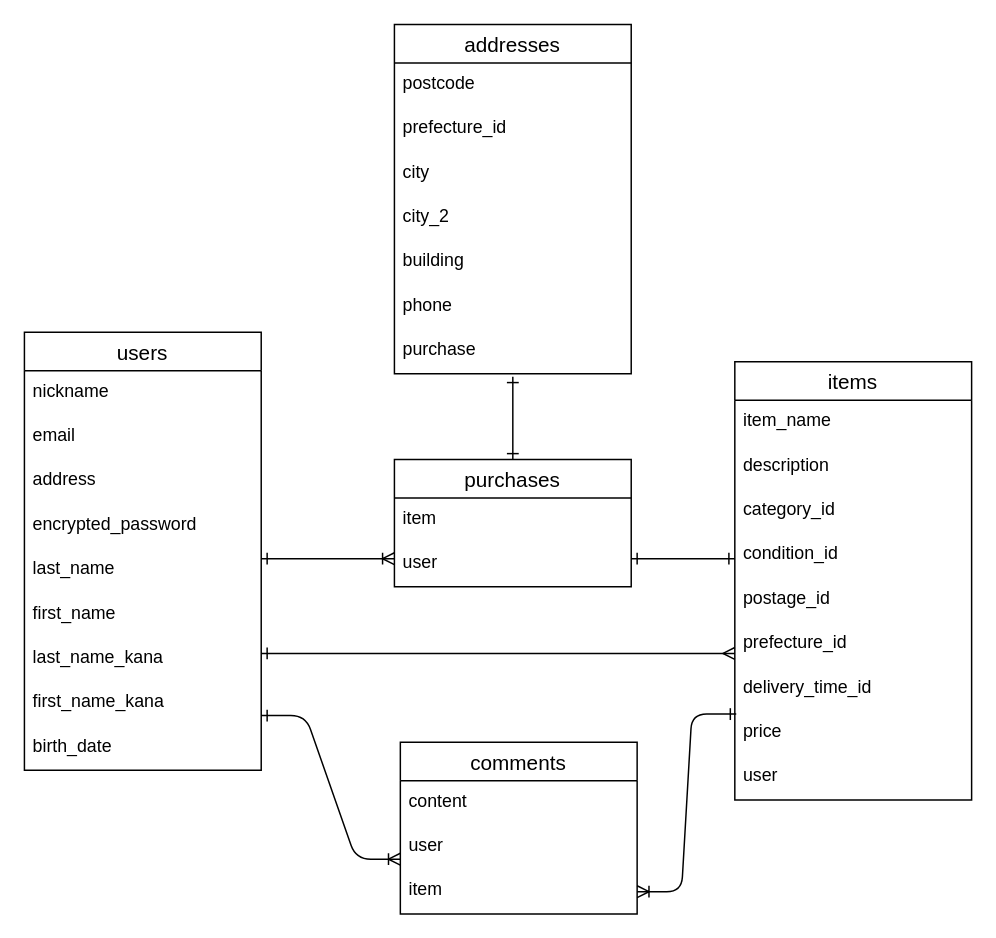
KayTsujita/furima-39062 keeps this draw.io diagram as furima.dio. Above is the earlier version. Source tidied: cells renumbered, new cells numbered last; positions are measured from the earlier drawing's top-left corner, leaving out a move shared by most shapes. Both pictures are drawn from the tidied source at 148%, with x=0, y=0 at pixel (24, 24).
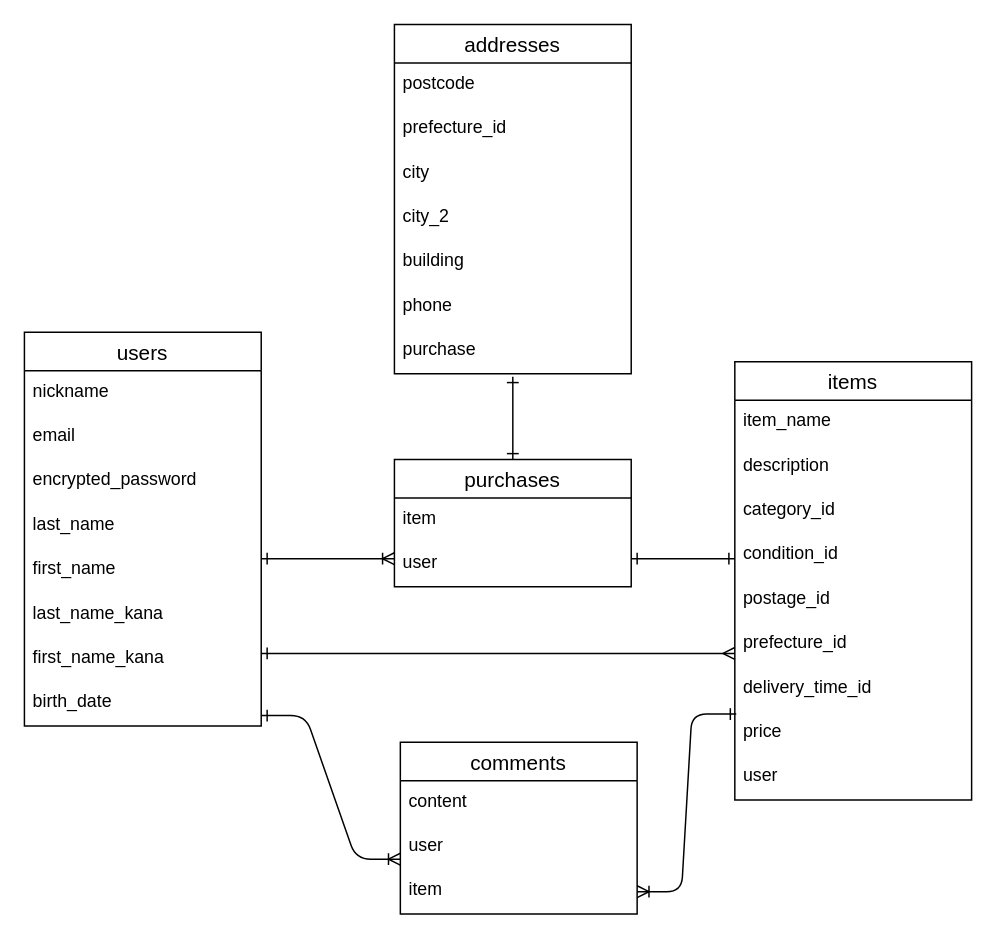
Above is the later version.

Diff of the diagram source:
```diff
@@
     <mxCell id="2" value="users" style="swimlane;fontStyle=0;horizontal=1;startSize=26;align=center;fontSize=14;" parent="1" vertex="1">
-      <mxGeometry y="208" width="160" height="296" as="geometry" />
+      <mxGeometry y="208" width="160" height="266" as="geometry" />
     </mxCell>
@@
-    <mxCell id="5" value="address" style="text;strokeColor=none;fillColor=none;spacingLeft=4;spacingRight=4;overflow=hidden;fontSize=12;" parent="2" vertex="1">
-      <mxGeometry y="86" width="160" height="30" as="geometry" />
-    </mxCell>
     <mxCell id="6" value="encrypted_password" style="text;strokeColor=none;fillColor=none;spacingLeft=4;spacingRight=4;overflow=hidden;fontSize=12;" parent="2" vertex="1">
-      <mxGeometry y="116" width="160" height="30" as="geometry" />
+      <mxGeometry y="86" width="160" height="30" as="geometry" />
     </mxCell>
     <mxCell id="7" value="last_name" style="text;strokeColor=none;fillColor=none;spacingLeft=4;spacingRight=4;overflow=hidden;fontSize=12;" parent="2" vertex="1">
-      <mxGeometry y="146" width="160" height="30" as="geometry" />
+      <mxGeometry y="116" width="160" height="30" as="geometry" />
     </mxCell>
     <mxCell id="8" value="first_name" style="text;strokeColor=none;fillColor=none;spacingLeft=4;spacingRight=4;overflow=hidden;fontSize=12;" parent="2" vertex="1">
-      <mxGeometry y="176" width="160" height="30" as="geometry" />
+      <mxGeometry y="146" width="160" height="30" as="geometry" />
     </mxCell>
     <mxCell id="9" value="last_name_kana" style="text;strokeColor=none;fillColor=none;spacingLeft=4;spacingRight=4;overflow=hidden;fontSize=12;" parent="2" vertex="1">
-      <mxGeometry y="206" width="160" height="30" as="geometry" />
+      <mxGeometry y="176" width="160" height="30" as="geometry" />
     </mxCell>
     <mxCell id="10" value="first_name_kana" style="text;strokeColor=none;fillColor=none;spacingLeft=4;spacingRight=4;overflow=hidden;fontSize=12;" parent="2" vertex="1">
-      <mxGeometry y="236" width="160" height="30" as="geometry" />
+      <mxGeometry y="206" width="160" height="30" as="geometry" />
     </mxCell>
     <mxCell id="11" value="birth_date" style="text;strokeColor=none;fillColor=none;spacingLeft=4;spacingRight=4;overflow=hidden;fontSize=12;" parent="2" vertex="1">
-      <mxGeometry y="266" width="160" height="30" as="geometry" />
+      <mxGeometry y="236" width="160" height="30" as="geometry" />
     </mxCell>
```
